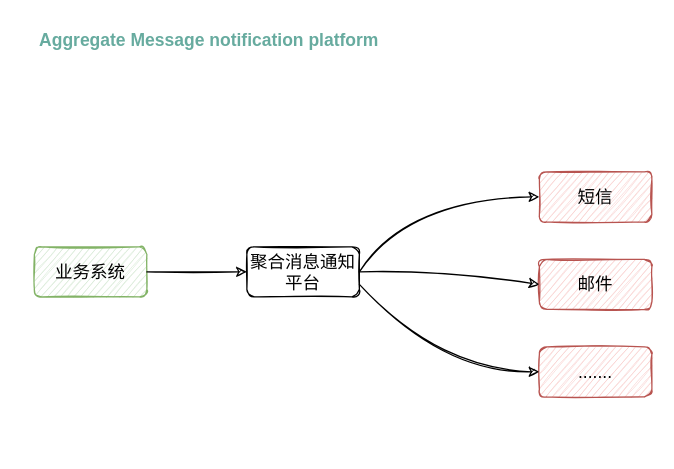
Earlier version of the draw.io diagram page "第 1 页" (1 of 6) of 聚合消息通知平台.drawio (shixw/drawio-depository). Source tidied: cells renumbered, new cells numbered last; positions are measured from the earlier drawing's top-left corner, leaving out a move shared by most shapes. Both pictures are drawn from the tidied source at 125%, with x=0, y=0 at pixel (21, 21).
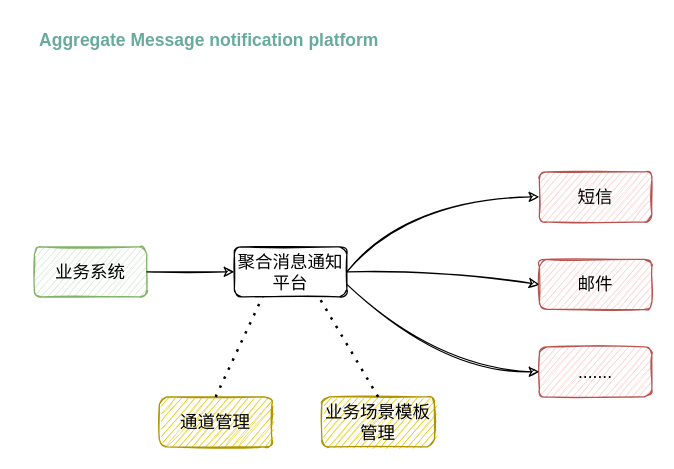
After the change.

What changed in the source:
```diff
@@
 <mxGraphModel>
   <root>
     <mxCell id="0" />
     <mxCell id="1" parent="0" />
     <mxCell id="2" value="Aggregate Message notification platform" style="text;html=1;strokeColor=none;fillColor=none;align=center;verticalAlign=middle;whiteSpace=wrap;rounded=0;fontStyle=1;fontSize=14;fontColor=#67AB9F;" parent="1" vertex="1">
       <mxGeometry width="300" height="30" as="geometry" />
     </mxCell>
     <mxCell id="3" value="业务系统" style="rounded=1;whiteSpace=wrap;html=1;fontSize=14;fillColor=#d5e8d4;strokeColor=#82b366;sketch=1;" parent="1" vertex="1">
       <mxGeometry x="10" y="180" width="90" height="40" as="geometry" />
     </mxCell>
     <mxCell id="4" value="聚合消息通知平台" style="rounded=1;whiteSpace=wrap;html=1;fontSize=14;fontColor=#000000;sketch=1;" parent="1" vertex="1">
-      <mxGeometry x="180" y="180" width="90" height="40" as="geometry" />
+      <mxGeometry x="170" y="180" width="90" height="40" as="geometry" />
     </mxCell>
     <mxCell id="5" value="短信" style="rounded=1;whiteSpace=wrap;html=1;fontSize=14;fillColor=#f8cecc;strokeColor=#b85450;sketch=1;" parent="1" vertex="1">
       <mxGeometry x="414" y="120" width="90" height="40" as="geometry" />
     </mxCell>
     <mxCell id="6" value="邮件" style="rounded=1;whiteSpace=wrap;html=1;fontSize=14;fillColor=#f8cecc;strokeColor=#b85450;sketch=1;" parent="1" vertex="1">
       <mxGeometry x="414" y="190" width="90" height="40" as="geometry" />
     </mxCell>
     <mxCell id="7" value="......." style="rounded=1;whiteSpace=wrap;html=1;fontSize=14;fillColor=#f8cecc;strokeColor=#b85450;sketch=1;" parent="1" vertex="1">
       <mxGeometry x="414" y="260" width="90" height="40" as="geometry" />
     </mxCell>
     <mxCell id="8" style="endArrow=classic;html=1;rounded=0;fontSize=14;fontColor=#000000;exitX=1;exitY=0.5;exitDx=0;exitDy=0;sketch=1;" parent="1" edge="1" source="3" target="4">
       <mxGeometry relative="1" as="geometry" />
     </mxCell>
     <mxCell id="9" style="curved=1;endArrow=classic;html=1;rounded=0;fontSize=14;fontColor=#000000;exitX=1;exitY=0.5;exitDx=0;exitDy=0;sketch=1;" parent="1" edge="1" source="4" target="5">
       <mxGeometry relative="1" as="geometry">
         <Array as="points">
           <mxPoint x="310" y="140" />
         </Array>
       </mxGeometry>
     </mxCell>
     <mxCell id="10" style="curved=1;endArrow=classic;html=1;rounded=0;fontSize=14;fontColor=#000000;exitX=1;exitY=0.75;exitDx=0;exitDy=0;entryX=0;entryY=0.5;entryDx=0;entryDy=0;sketch=1;" parent="1" edge="1" source="4" target="7">
       <mxGeometry relative="1" as="geometry">
         <Array as="points">
           <mxPoint x="340" y="280" />
         </Array>
       </mxGeometry>
     </mxCell>
     <mxCell id="11" style="curved=1;endArrow=classic;html=1;rounded=0;fontSize=14;fontColor=#000000;exitX=1;exitY=0.5;exitDx=0;exitDy=0;entryX=0;entryY=0.5;entryDx=0;entryDy=0;sketch=1;" parent="1" edge="1" source="4" target="6">
       <mxGeometry relative="1" as="geometry">
         <Array as="points">
           <mxPoint x="340" y="200" />
         </Array>
       </mxGeometry>
     </mxCell>
+    <mxCell id="12" value="通道管理" style="rounded=1;whiteSpace=wrap;html=1;fontSize=14;sketch=1;fillColor=#e3c800;strokeColor=#B09500;fontColor=#000000;" parent="1" vertex="1">
+      <mxGeometry x="110" y="300" width="90" height="40" as="geometry" />
+    </mxCell>
+    <mxCell id="13" value="业务场景模板管理" style="rounded=1;whiteSpace=wrap;html=1;fontSize=14;sketch=1;fillColor=#e3c800;strokeColor=#B09500;fontColor=#000000;" parent="1" vertex="1">
+      <mxGeometry x="240" y="300" width="90" height="40" as="geometry" />
+    </mxCell>
+    <mxCell id="14" style="endArrow=none;dashed=1;html=1;dashPattern=1 3;strokeWidth=2;rounded=0;entryX=0.25;entryY=1;entryDx=0;entryDy=0;exitX=0.5;exitY=0;exitDx=0;exitDy=0;" parent="1" edge="1" source="12" target="4">
+      <mxGeometry relative="1" as="geometry" />
+    </mxCell>
+    <mxCell id="15" style="endArrow=none;dashed=1;html=1;dashPattern=1 3;strokeWidth=2;rounded=0;entryX=0.75;entryY=1;entryDx=0;entryDy=0;exitX=0.5;exitY=0;exitDx=0;exitDy=0;" parent="1" edge="1" source="13" target="4">
+      <mxGeometry relative="1" as="geometry" />
+    </mxCell>
   </root>
 </mxGraphModel>
```
